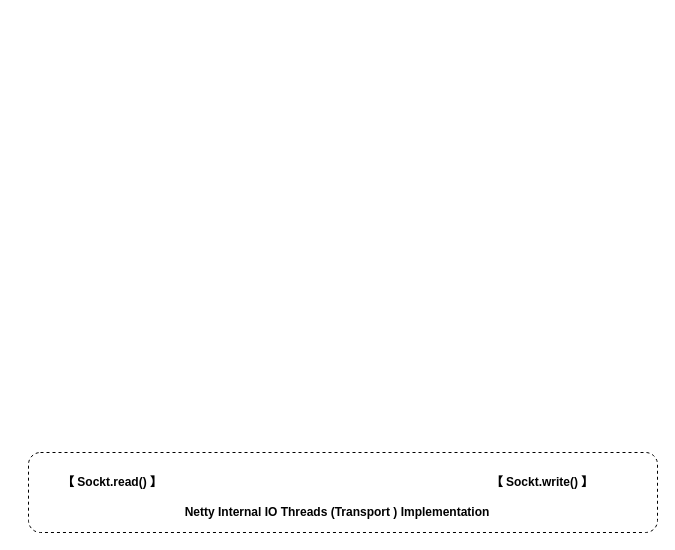
This is netty扩展性架构.drawio from bluefantasy2014/draw.io, a draw.io file, before an edit. Source tidied: cells renumbered, new cells numbered last; positions are measured from the earlier drawing's top-left corner, leaving out a move shared by most shapes. Both pictures are drawn from the tidied source at 100%, with x=0, y=0 at pixel (28, 452).
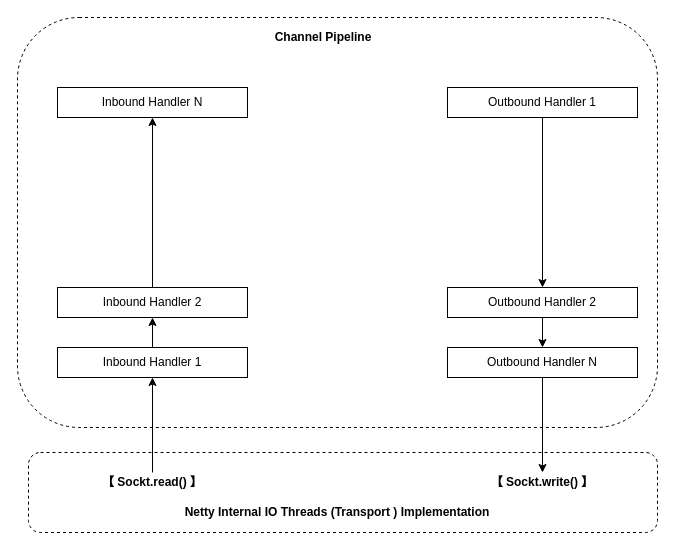
After the change.

Commit message (it also covers changes not shown here):
Update netty扩展性架构.drawio

Change to the diagram source:
```diff
@@
 <mxGraphModel>
   <root>
     <mxCell id="0" />
     <mxCell id="1" parent="0" />
+    <mxCell id="6" style="rounded=1;whiteSpace=wrap;html=1;dashed=1;" parent="1" vertex="1">
+      <mxGeometry x="-11" y="-435" width="640" height="410" as="geometry" />
+    </mxCell>
     <mxCell id="2" style="rounded=1;whiteSpace=wrap;html=1;dashed=1;" parent="1" vertex="1">
       <mxGeometry width="629" height="80" as="geometry" />
     </mxCell>
     <mxCell id="3" value="&lt;b&gt;【 Sockt.read() 】&lt;/b&gt;" style="text;html=1;strokeColor=none;fillColor=none;align=center;verticalAlign=middle;whiteSpace=wrap;rounded=0;" parent="1" vertex="1">
-      <mxGeometry x="29" y="20" width="110" height="20" as="geometry" />
+      <mxGeometry x="69" y="20" width="110" height="20" as="geometry" />
     </mxCell>
     <mxCell id="4" value="&lt;b&gt;【 Sockt.write() 】&lt;/b&gt;" style="text;html=1;strokeColor=none;fillColor=none;align=center;verticalAlign=middle;whiteSpace=wrap;rounded=0;" parent="1" vertex="1">
       <mxGeometry x="459" y="20" width="110" height="20" as="geometry" />
     </mxCell>
     <mxCell id="5" value="&lt;b&gt;Netty Internal IO Threads (Transport ) Implementation&lt;/b&gt;" style="text;html=1;strokeColor=none;fillColor=none;align=center;verticalAlign=middle;whiteSpace=wrap;rounded=0;dashed=1;" parent="1" vertex="1">
       <mxGeometry x="119" y="50" width="380" height="20" as="geometry" />
     </mxCell>
+    <mxCell id="7" style="edgeStyle=orthogonalEdgeStyle;rounded=0;jettySize=auto;html=1;exitX=0.5;exitY=0;exitDx=0;exitDy=0;entryX=0.5;entryY=1;entryDx=0;entryDy=0;" parent="1" edge="1" source="8" target="10">
+      <mxGeometry relative="1" as="geometry" />
+    </mxCell>
+    <mxCell id="8" value="Inbound Handler 1" style="rounded=0;whiteSpace=wrap;html=1;" parent="1" vertex="1">
+      <mxGeometry x="29" y="-105" width="190" height="30" as="geometry" />
+    </mxCell>
+    <mxCell id="9" style="edgeStyle=orthogonalEdgeStyle;rounded=0;jettySize=auto;html=1;exitX=0.5;exitY=0;exitDx=0;exitDy=0;entryX=0.5;entryY=1;entryDx=0;entryDy=0;" parent="1" edge="1" source="10" target="11">
+      <mxGeometry relative="1" as="geometry" />
+    </mxCell>
+    <mxCell id="10" value="Inbound Handler 2" style="rounded=0;whiteSpace=wrap;html=1;" parent="1" vertex="1">
+      <mxGeometry x="29" y="-165" width="190" height="30" as="geometry" />
+    </mxCell>
+    <mxCell id="11" value="Inbound Handler N" style="rounded=0;whiteSpace=wrap;html=1;" parent="1" vertex="1">
+      <mxGeometry x="29" y="-365" width="190" height="30" as="geometry" />
+    </mxCell>
+    <mxCell id="12" style="edgeStyle=orthogonalEdgeStyle;rounded=0;jettySize=auto;html=1;exitX=0.5;exitY=1;exitDx=0;exitDy=0;entryX=0.5;entryY=0;entryDx=0;entryDy=0;" parent="1" edge="1" source="13" target="4">
+      <mxGeometry relative="1" as="geometry" />
+    </mxCell>
+    <mxCell id="13" value="Outbound Handler N" style="rounded=0;whiteSpace=wrap;html=1;" parent="1" vertex="1">
+      <mxGeometry x="419" y="-105" width="190" height="30" as="geometry" />
+    </mxCell>
+    <mxCell id="14" style="edgeStyle=orthogonalEdgeStyle;rounded=0;jettySize=auto;html=1;exitX=0.5;exitY=1;exitDx=0;exitDy=0;entryX=0.5;entryY=0;entryDx=0;entryDy=0;" parent="1" edge="1" source="15" target="13">
+      <mxGeometry relative="1" as="geometry" />
+    </mxCell>
+    <mxCell id="15" value="Outbound Handler 2" style="rounded=0;whiteSpace=wrap;html=1;" parent="1" vertex="1">
+      <mxGeometry x="419" y="-165" width="190" height="30" as="geometry" />
+    </mxCell>
+    <mxCell id="16" style="edgeStyle=orthogonalEdgeStyle;rounded=0;jettySize=auto;html=1;exitX=0.5;exitY=1;exitDx=0;exitDy=0;" parent="1" edge="1" source="17" target="15">
+      <mxGeometry relative="1" as="geometry" />
+    </mxCell>
+    <mxCell id="17" value="Outbound Handler 1" style="rounded=0;whiteSpace=wrap;html=1;" parent="1" vertex="1">
+      <mxGeometry x="419" y="-365" width="190" height="30" as="geometry" />
+    </mxCell>
+    <mxCell id="18" style="endArrow=classic;html=1;entryX=0.5;entryY=1;entryDx=0;entryDy=0;exitX=0.5;exitY=0;exitDx=0;exitDy=0;" parent="1" edge="1" source="3" target="8">
+      <mxGeometry relative="1" as="geometry" />
+    </mxCell>
+    <mxCell id="19" value="&lt;b&gt;Channel Pipeline&lt;/b&gt;" style="text;html=1;strokeColor=none;fillColor=none;align=center;verticalAlign=middle;whiteSpace=wrap;rounded=0;dashed=1;" parent="1" vertex="1">
+      <mxGeometry x="190" y="-425" width="210" height="20" as="geometry" />
+    </mxCell>
   </root>
 </mxGraphModel>
```
